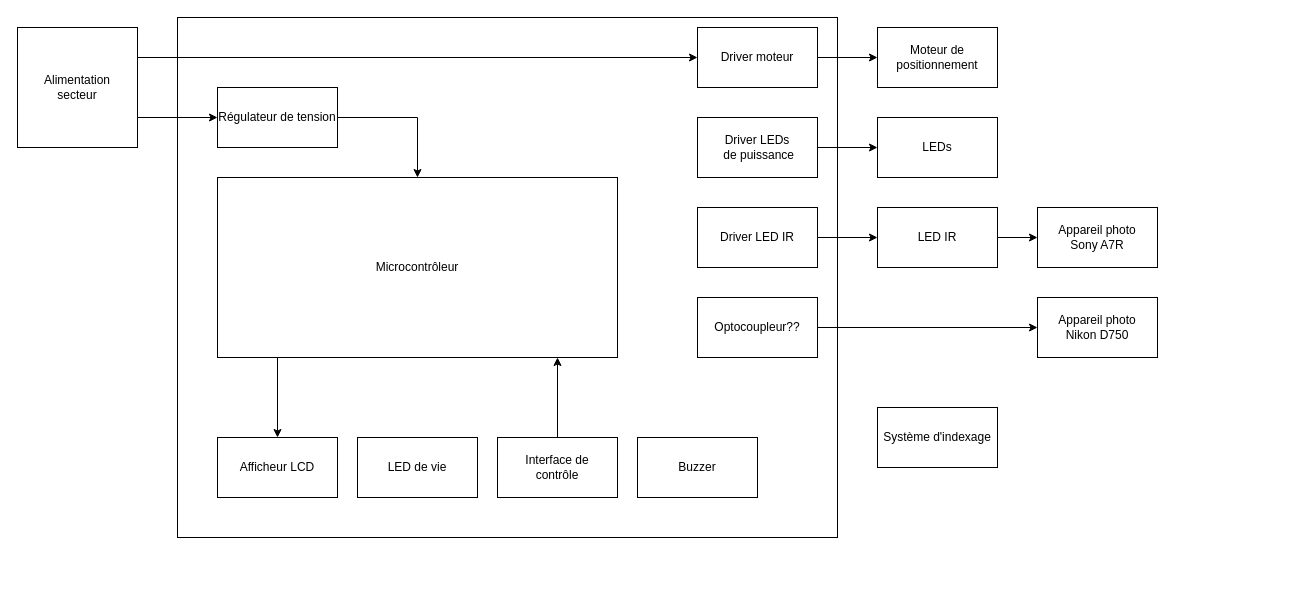
Above: doc/Diagrammes/SchemaBlocDetaille.drawio in Belprot/2309_AutomatisationPriseImageRTI (draw.io), before the change. Source tidied: cells renumbered, new cells numbered last; positions are measured from the earlier drawing's top-left corner, leaving out a move shared by most shapes. Both pictures are drawn from the tidied source at 100%, with x=0, y=0 at pixel (17, 17).
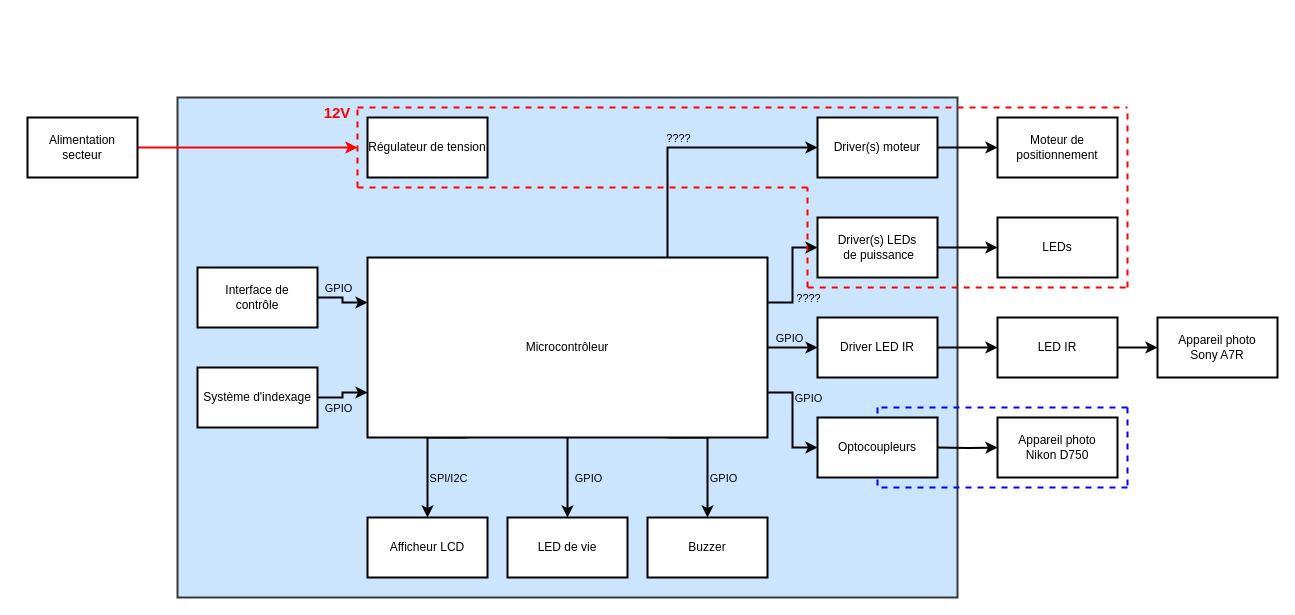
The same page after the edit.

What changed in the source:
```diff
@@
-    <mxCell id="2" style="rounded=0;whiteSpace=wrap;html=1;" parent="1" vertex="1">
-      <mxGeometry x="160" width="660" height="520" as="geometry" />
+    <mxCell id="2" style="rounded=0;whiteSpace=wrap;html=1;fillColor=#cce5ff;strokeColor=#36393d;strokeWidth=2;" parent="1" vertex="1">
+      <mxGeometry x="160" y="80" width="780" height="500" as="geometry" />
     </mxCell>
-    <mxCell id="3" style="edgeStyle=orthogonalEdgeStyle;rounded=0;jettySize=auto;html=1;entryX=0;entryY=0.5;entryDx=0;entryDy=0;" parent="1" edge="1" source="4" target="5">
+    <mxCell id="3" style="edgeStyle=orthogonalEdgeStyle;rounded=0;jettySize=auto;html=1;entryX=0;entryY=0.5;entryDx=0;entryDy=0;strokeWidth=2;" parent="1" edge="1" source="4" target="5">
       <mxGeometry relative="1" as="geometry" />
     </mxCell>
-    <mxCell id="4" value="&lt;div&gt;Driver LEDs&lt;/div&gt;&amp;nbsp;de puissance" style="rounded=0;whiteSpace=wrap;html=1;" parent="1" vertex="1">
-      <mxGeometry x="680" y="100" width="120" height="60" as="geometry" />
+    <mxCell id="4" value="&lt;div&gt;Driver(s) LEDs&lt;/div&gt;&amp;nbsp;de puissance" style="rounded=0;whiteSpace=wrap;html=1;strokeWidth=2;" parent="1" vertex="1">
+      <mxGeometry x="800" y="200" width="120" height="60" as="geometry" />
     </mxCell>
-    <mxCell id="5" value="LEDs" style="rounded=0;whiteSpace=wrap;html=1;" parent="1" vertex="1">
-      <mxGeometry x="860" y="100" width="120" height="60" as="geometry" />
+    <mxCell id="5" value="LEDs" style="rounded=0;whiteSpace=wrap;html=1;strokeWidth=2;" parent="1" vertex="1">
+      <mxGeometry x="980" y="200" width="120" height="60" as="geometry" />
     </mxCell>
-    <mxCell id="6" style="edgeStyle=orthogonalEdgeStyle;rounded=0;jettySize=auto;html=1;exitX=1;exitY=0.25;exitDx=0;exitDy=0;entryX=0;entryY=0.5;entryDx=0;entryDy=0;" parent="1" edge="1" source="8" target="10">
-      <mxGeometry relative="1" as="geometry" />
-    </mxCell>
-    <mxCell id="7" style="edgeStyle=orthogonalEdgeStyle;rounded=0;jettySize=auto;html=1;exitX=1;exitY=0.75;exitDx=0;exitDy=0;entryX=0;entryY=0.5;entryDx=0;entryDy=0;" parent="1" edge="1" source="8" target="16">
-      <mxGeometry relative="1" as="geometry" />
-    </mxCell>
-    <mxCell id="8" value="&lt;div&gt;Alimentation &lt;br&gt;&lt;/div&gt;&lt;div&gt;secteur&lt;/div&gt;" style="rounded=0;whiteSpace=wrap;html=1;" parent="1" vertex="1">
-      <mxGeometry y="10" width="120" height="120" as="geometry" />
-    </mxCell>
-    <mxCell id="9" style="edgeStyle=orthogonalEdgeStyle;rounded=0;jettySize=auto;html=1;exitX=1;exitY=0.5;exitDx=0;exitDy=0;entryX=0;entryY=0.5;entryDx=0;entryDy=0;" parent="1" edge="1" source="10" target="11">
+    <mxCell id="9" style="edgeStyle=orthogonalEdgeStyle;rounded=0;jettySize=auto;html=1;exitX=1;exitY=0.5;exitDx=0;exitDy=0;entryX=0;entryY=0.5;entryDx=0;entryDy=0;strokeWidth=2;" parent="1" edge="1" source="10" target="11">
       <mxGeometry relative="1" as="geometry" />
     </mxCell>
-    <mxCell id="10" value="Driver moteur" style="rounded=0;whiteSpace=wrap;html=1;" parent="1" vertex="1">
-      <mxGeometry x="680" y="10" width="120" height="60" as="geometry" />
+    <mxCell id="10" value="Driver(s) moteur" style="rounded=0;whiteSpace=wrap;html=1;strokeWidth=2;" parent="1" vertex="1">
+      <mxGeometry x="800" y="100" width="120" height="60" as="geometry" />
     </mxCell>
-    <mxCell id="11" value="Moteur de positionnement" style="rounded=0;whiteSpace=wrap;html=1;" parent="1" vertex="1">
-      <mxGeometry x="860" y="10" width="120" height="60" as="geometry" />
+    <mxCell id="11" value="Moteur de positionnement" style="rounded=0;whiteSpace=wrap;html=1;strokeWidth=2;" parent="1" vertex="1">
+      <mxGeometry x="980" y="100" width="120" height="60" as="geometry" />
     </mxCell>
-    <mxCell id="12" value="Afficheur LCD" style="rounded=0;whiteSpace=wrap;html=1;" parent="1" vertex="1">
-      <mxGeometry x="200" y="420" width="120" height="60" as="geometry" />
+    <mxCell id="12" value="Afficheur LCD" style="rounded=0;whiteSpace=wrap;html=1;strokeWidth=2;" parent="1" vertex="1">
+      <mxGeometry x="350" y="500" width="120" height="60" as="geometry" />
     </mxCell>
-    <mxCell id="13" style="edgeStyle=orthogonalEdgeStyle;rounded=0;jettySize=auto;html=1;" parent="1" edge="1" source="14">
-      <mxGeometry relative="1" as="geometry">
-        <mxPoint x="540" y="340" as="targetPoint" />
-        <Array as="points">
-          <mxPoint x="540" y="340" />
-        </Array>
-      </mxGeometry>
-    </mxCell>
+    <mxCell id="30" style="edgeStyle=orthogonalEdgeStyle;rounded=0;jettySize=auto;html=1;entryX=0;entryY=0.25;entryDx=0;entryDy=0;strokeWidth=2;" parent="1" edge="1" source="14" target="24">
+      <mxGeometry relative="1" as="geometry" />
+    </mxCell>
+    <mxCell id="31" value="&lt;div&gt;GPIO&lt;/div&gt;" style="edgeLabel;html=1;align=center;verticalAlign=middle;labelBackgroundColor=none;" parent="30" vertex="1">
+      <mxGeometry x="-0.57" relative="1" as="geometry">
+        <mxPoint x="8" y="-10" as="offset" />
+      </mxGeometry>
+    </mxCell>
-    <mxCell id="14" value="&lt;div&gt;Interface de &lt;br&gt;&lt;/div&gt;&lt;div&gt;contrôle&lt;/div&gt;" style="rounded=0;whiteSpace=wrap;html=1;" parent="1" vertex="1">
-      <mxGeometry x="480" y="420" width="120" height="60" as="geometry" />
+    <mxCell id="14" value="&lt;div&gt;Interface de &lt;br&gt;&lt;/div&gt;&lt;div&gt;contrôle&lt;/div&gt;" style="rounded=0;whiteSpace=wrap;html=1;strokeWidth=2;" parent="1" vertex="1">
+      <mxGeometry x="180" y="250" width="120" height="60" as="geometry" />
     </mxCell>
-    <mxCell id="15" style="edgeStyle=orthogonalEdgeStyle;rounded=0;jettySize=auto;html=1;exitX=1;exitY=0.5;exitDx=0;exitDy=0;" parent="1" edge="1" source="16" target="24">
-      <mxGeometry relative="1" as="geometry" />
-    </mxCell>
-    <mxCell id="16" value="Régulateur de tension" style="rounded=0;whiteSpace=wrap;html=1;" parent="1" vertex="1">
-      <mxGeometry x="200" y="70" width="120" height="60" as="geometry" />
+    <mxCell id="16" value="Régulateur de tension" style="rounded=0;whiteSpace=wrap;html=1;strokeWidth=2;" parent="1" vertex="1">
+      <mxGeometry x="350" y="100" width="120" height="60" as="geometry" />
     </mxCell>
-    <mxCell id="17" style="edgeStyle=orthogonalEdgeStyle;rounded=0;jettySize=auto;html=1;entryX=0;entryY=0.5;entryDx=0;entryDy=0;" parent="1" edge="1" source="18" target="22">
+    <mxCell id="17" style="edgeStyle=orthogonalEdgeStyle;rounded=0;jettySize=auto;html=1;entryX=0;entryY=0.5;entryDx=0;entryDy=0;strokeWidth=2;" parent="1" edge="1" source="18" target="22">
       <mxGeometry relative="1" as="geometry" />
     </mxCell>
-    <mxCell id="18" value="LED IR" style="rounded=0;whiteSpace=wrap;html=1;" parent="1" vertex="1">
-      <mxGeometry x="860" y="190" width="120" height="60" as="geometry" />
+    <mxCell id="18" value="LED IR" style="rounded=0;whiteSpace=wrap;html=1;strokeWidth=2;" parent="1" vertex="1">
+      <mxGeometry x="980" y="300" width="120" height="60" as="geometry" />
     </mxCell>
-    <mxCell id="19" style="edgeStyle=orthogonalEdgeStyle;rounded=0;jettySize=auto;html=1;exitX=1;exitY=0.5;exitDx=0;exitDy=0;entryX=0;entryY=0.5;entryDx=0;entryDy=0;" parent="1" edge="1" source="20" target="18">
+    <mxCell id="19" style="edgeStyle=orthogonalEdgeStyle;rounded=0;jettySize=auto;html=1;exitX=1;exitY=0.5;exitDx=0;exitDy=0;entryX=0;entryY=0.5;entryDx=0;entryDy=0;strokeWidth=2;" parent="1" edge="1" source="20" target="18">
       <mxGeometry relative="1" as="geometry" />
     </mxCell>
-    <mxCell id="20" value="&lt;div&gt;Driver LED IR&lt;br&gt;&lt;/div&gt;" style="rounded=0;whiteSpace=wrap;html=1;" parent="1" vertex="1">
-      <mxGeometry x="680" y="190" width="120" height="60" as="geometry" />
+    <mxCell id="20" value="&lt;div&gt;Driver LED IR&lt;br&gt;&lt;/div&gt;" style="rounded=0;whiteSpace=wrap;html=1;strokeWidth=2;" parent="1" vertex="1">
+      <mxGeometry x="800" y="300" width="120" height="60" as="geometry" />
     </mxCell>
-    <mxCell id="21" value="&lt;div&gt;Appareil photo&lt;br&gt;&lt;/div&gt;&lt;div&gt;Nikon D750&lt;br&gt;&lt;/div&gt;" style="rounded=0;whiteSpace=wrap;html=1;" parent="1" vertex="1">
-      <mxGeometry x="1020" y="280" width="120" height="60" as="geometry" />
+    <mxCell id="21" value="&lt;div&gt;Appareil photo&lt;br&gt;&lt;/div&gt;&lt;div&gt;Nikon D750&lt;br&gt;&lt;/div&gt;" style="rounded=0;whiteSpace=wrap;html=1;strokeWidth=2;" parent="1" vertex="1">
+      <mxGeometry x="980" y="400" width="120" height="60" as="geometry" />
     </mxCell>
-    <mxCell id="22" value="&lt;div&gt;Appareil photo&lt;br&gt;&lt;/div&gt;&lt;div&gt;Sony A7R&lt;br&gt;&lt;/div&gt;" style="rounded=0;whiteSpace=wrap;html=1;" parent="1" vertex="1">
-      <mxGeometry x="1020" y="190" width="120" height="60" as="geometry" />
+    <mxCell id="22" value="&lt;div&gt;Appareil photo&lt;br&gt;&lt;/div&gt;&lt;div&gt;Sony A7R&lt;br&gt;&lt;/div&gt;" style="rounded=0;whiteSpace=wrap;html=1;strokeWidth=2;" parent="1" vertex="1">
+      <mxGeometry x="1140" y="300" width="120" height="60" as="geometry" />
     </mxCell>
-    <mxCell id="23" style="edgeStyle=orthogonalEdgeStyle;rounded=0;jettySize=auto;html=1;exitX=0.25;exitY=1;exitDx=0;exitDy=0;entryX=0.5;entryY=0;entryDx=0;entryDy=0;" parent="1" edge="1" source="24" target="12">
+    <mxCell id="23" style="edgeStyle=orthogonalEdgeStyle;rounded=0;jettySize=auto;html=1;exitX=0.25;exitY=1;exitDx=0;exitDy=0;entryX=0.5;entryY=0;entryDx=0;entryDy=0;strokeWidth=2;" parent="1" edge="1" source="24" target="12">
       <mxGeometry relative="1" as="geometry">
         <Array as="points">
-          <mxPoint x="260" y="340" />
+          <mxPoint x="410" y="420" />
         </Array>
       </mxGeometry>
     </mxCell>
+    <mxCell id="32" value="SPI/I2C" style="edgeLabel;html=1;align=center;verticalAlign=middle;labelBackgroundColor=none;" parent="23" vertex="1">
+      <mxGeometry x="0.26" y="2" relative="1" as="geometry">
+        <mxPoint x="18" y="4" as="offset" />
+      </mxGeometry>
+    </mxCell>
+    <mxCell id="33" style="edgeStyle=orthogonalEdgeStyle;rounded=0;jettySize=auto;html=1;exitX=0.5;exitY=1;exitDx=0;exitDy=0;entryX=0.5;entryY=0;entryDx=0;entryDy=0;strokeWidth=2;" parent="1" edge="1" source="24" target="29">
+      <mxGeometry relative="1" as="geometry" />
+    </mxCell>
+    <mxCell id="34" value="GPIO" style="edgeLabel;html=1;align=center;verticalAlign=middle;labelBackgroundColor=none;" parent="33" vertex="1">
+      <mxGeometry x="-0.1" y="-1" relative="1" as="geometry">
+        <mxPoint x="21" y="4" as="offset" />
+      </mxGeometry>
+    </mxCell>
+    <mxCell id="35" style="edgeStyle=orthogonalEdgeStyle;rounded=0;jettySize=auto;html=1;exitX=0.75;exitY=1;exitDx=0;exitDy=0;entryX=0.5;entryY=0;entryDx=0;entryDy=0;strokeWidth=2;" parent="1" edge="1" source="24" target="28">
+      <mxGeometry relative="1" as="geometry">
+        <Array as="points">
+          <mxPoint x="690" y="420" />
+        </Array>
+      </mxGeometry>
+    </mxCell>
+    <mxCell id="36" value="GPIO" style="edgeLabel;html=1;align=center;verticalAlign=middle;labelBackgroundColor=none;" parent="35" vertex="1">
+      <mxGeometry x="0.35" y="-1" relative="1" as="geometry">
+        <mxPoint x="16" y="-1" as="offset" />
+      </mxGeometry>
+    </mxCell>
+    <mxCell id="37" style="edgeStyle=orthogonalEdgeStyle;rounded=0;jettySize=auto;html=1;exitX=1;exitY=0.5;exitDx=0;exitDy=0;entryX=0;entryY=0.5;entryDx=0;entryDy=0;strokeWidth=2;" parent="1" edge="1" source="24" target="20">
+      <mxGeometry relative="1" as="geometry" />
+    </mxCell>
+    <mxCell id="38" value="GPIO" style="edgeLabel;html=1;align=center;verticalAlign=middle;labelBackgroundColor=none;" parent="37" vertex="1">
+      <mxGeometry x="-0.17" y="-2" relative="1" as="geometry">
+        <mxPoint y="-12" as="offset" />
+      </mxGeometry>
+    </mxCell>
+    <mxCell id="39" style="edgeStyle=orthogonalEdgeStyle;rounded=0;jettySize=auto;html=1;exitX=1;exitY=0.25;exitDx=0;exitDy=0;strokeWidth=2;" parent="1" edge="1" source="24" target="4">
+      <mxGeometry relative="1" as="geometry" />
+    </mxCell>
+    <mxCell id="40" value="????" style="edgeLabel;html=1;align=center;verticalAlign=middle;labelBackgroundColor=none;" parent="39" vertex="1">
+      <mxGeometry x="-0.61" y="-2" relative="1" as="geometry">
+        <mxPoint x="20" y="-7" as="offset" />
+      </mxGeometry>
+    </mxCell>
+    <mxCell id="41" style="edgeStyle=orthogonalEdgeStyle;rounded=0;jettySize=auto;html=1;exitX=0.75;exitY=0;exitDx=0;exitDy=0;entryX=0;entryY=0.5;entryDx=0;entryDy=0;strokeWidth=2;" parent="1" edge="1" source="24" target="10">
+      <mxGeometry relative="1" as="geometry" />
+    </mxCell>
+    <mxCell id="42" value="????" style="edgeLabel;html=1;align=center;verticalAlign=middle;labelBackgroundColor=none;" parent="41" vertex="1">
+      <mxGeometry x="0.64" y="-2" relative="1" as="geometry">
+        <mxPoint x="-93" y="-12" as="offset" />
+      </mxGeometry>
+    </mxCell>
+    <mxCell id="43" style="edgeStyle=orthogonalEdgeStyle;rounded=0;jettySize=auto;html=1;exitX=1;exitY=0.75;exitDx=0;exitDy=0;entryX=0;entryY=0.5;entryDx=0;entryDy=0;strokeWidth=2;" parent="1" edge="1" source="24" target="58">
+      <mxGeometry relative="1" as="geometry" />
+    </mxCell>
+    <mxCell id="44" value="GPIO" style="edgeLabel;html=1;align=center;verticalAlign=middle;labelBackgroundColor=none;" parent="43" vertex="1">
+      <mxGeometry x="-0.72" y="-2" relative="1" as="geometry">
+        <mxPoint x="25" y="3" as="offset" />
+      </mxGeometry>
+    </mxCell>
-    <mxCell id="24" value="Microcontrôleur" style="rounded=0;whiteSpace=wrap;html=1;" parent="1" vertex="1">
-      <mxGeometry x="200" y="160" width="400" height="180" as="geometry" />
+    <mxCell id="24" value="Microcontrôleur" style="rounded=0;whiteSpace=wrap;html=1;strokeWidth=2;" parent="1" vertex="1">
+      <mxGeometry x="350" y="240" width="400" height="180" as="geometry" />
     </mxCell>
-    <mxCell id="25" style="edgeStyle=orthogonalEdgeStyle;rounded=0;jettySize=auto;html=1;entryX=0;entryY=0.5;entryDx=0;entryDy=0;" parent="1" edge="1" source="26" target="21">
-      <mxGeometry relative="1" as="geometry" />
+    <mxCell id="25" style="edgeStyle=orthogonalEdgeStyle;rounded=0;jettySize=auto;html=1;entryX=0;entryY=0.5;entryDx=0;entryDy=0;strokeWidth=2;" parent="1" edge="1" target="21">
+      <mxGeometry relative="1" as="geometry">
+        <mxPoint x="920" y="430" as="sourcePoint" />
+      </mxGeometry>
     </mxCell>
-    <mxCell id="26" value="Optocoupleur??" style="rounded=0;whiteSpace=wrap;html=1;" parent="1" vertex="1">
-      <mxGeometry x="680" y="280" width="120" height="60" as="geometry" />
-    </mxCell>
+    <mxCell id="45" style="edgeStyle=orthogonalEdgeStyle;rounded=0;jettySize=auto;html=1;entryX=0;entryY=0.75;entryDx=0;entryDy=0;strokeWidth=2;" parent="1" edge="1" source="27" target="24">
+      <mxGeometry relative="1" as="geometry" />
+    </mxCell>
+    <mxCell id="46" value="GPIO" style="edgeLabel;html=1;align=center;verticalAlign=middle;labelBackgroundColor=none;" parent="45" vertex="1">
+      <mxGeometry x="-0.38" y="-1" relative="1" as="geometry">
+        <mxPoint x="3" y="9" as="offset" />
+      </mxGeometry>
+    </mxCell>
-    <mxCell id="27" value="Système d'indexage" style="rounded=0;whiteSpace=wrap;html=1;" parent="1" vertex="1">
-      <mxGeometry x="860" y="390" width="120" height="60" as="geometry" />
+    <mxCell id="27" value="Système d'indexage" style="rounded=0;whiteSpace=wrap;html=1;strokeWidth=2;" parent="1" vertex="1">
+      <mxGeometry x="180" y="350" width="120" height="60" as="geometry" />
     </mxCell>
-    <mxCell id="28" value="Buzzer" style="rounded=0;whiteSpace=wrap;html=1;" parent="1" vertex="1">
-      <mxGeometry x="620" y="420" width="120" height="60" as="geometry" />
+    <mxCell id="28" value="Buzzer" style="rounded=0;whiteSpace=wrap;html=1;strokeWidth=2;" parent="1" vertex="1">
+      <mxGeometry x="630" y="500" width="120" height="60" as="geometry" />
     </mxCell>
-    <mxCell id="29" value="LED de vie" style="rounded=0;whiteSpace=wrap;html=1;" parent="1" vertex="1">
-      <mxGeometry x="340" y="420" width="120" height="60" as="geometry" />
+    <mxCell id="29" value="LED de vie" style="rounded=0;whiteSpace=wrap;html=1;strokeWidth=2;" parent="1" vertex="1">
+      <mxGeometry x="490" y="500" width="120" height="60" as="geometry" />
     </mxCell>
+    <mxCell id="47" style="endArrow=none;html=1;rounded=0;dashed=1;strokeWidth=2;strokeColor=#FF0000;" parent="1" edge="1">
+      <mxGeometry relative="1" as="geometry">
+        <mxPoint x="340" y="90" as="sourcePoint" />
+        <mxPoint x="1110" y="90" as="targetPoint" />
+      </mxGeometry>
+    </mxCell>
+    <mxCell id="48" style="endArrow=none;html=1;rounded=0;dashed=1;strokeWidth=2;strokeColor=#FF0000;entryX=0.808;entryY=0.18;entryDx=0;entryDy=0;entryPerimeter=0;" parent="1" edge="1" target="2">
+      <mxGeometry relative="1" as="geometry">
+        <mxPoint x="340" y="170" as="sourcePoint" />
+      </mxGeometry>
+    </mxCell>
+    <mxCell id="49" style="endArrow=none;html=1;rounded=0;dashed=1;strokeWidth=2;strokeColor=#FF0000;" parent="1" edge="1">
+      <mxGeometry relative="1" as="geometry">
+        <mxPoint x="1110" y="270" as="sourcePoint" />
+        <mxPoint x="1110" y="90" as="targetPoint" />
+      </mxGeometry>
+    </mxCell>
+    <mxCell id="50" style="endArrow=none;html=1;rounded=0;dashed=1;strokeWidth=2;strokeColor=#FF0000;exitX=0.808;exitY=0.38;exitDx=0;exitDy=0;exitPerimeter=0;" parent="1" edge="1" source="2">
+      <mxGeometry relative="1" as="geometry">
+        <mxPoint x="1110" y="270" as="targetPoint" />
+      </mxGeometry>
+    </mxCell>
+    <mxCell id="51" style="endArrow=none;html=1;rounded=0;dashed=1;strokeWidth=2;strokeColor=#FF0000;" parent="1" edge="1">
+      <mxGeometry relative="1" as="geometry">
+        <mxPoint x="790" y="270" as="sourcePoint" />
+        <mxPoint x="790" y="170" as="targetPoint" />
+      </mxGeometry>
+    </mxCell>
+    <mxCell id="52" style="endArrow=none;html=1;rounded=0;dashed=1;strokeWidth=2;strokeColor=#FF0000;" parent="1" edge="1">
+      <mxGeometry relative="1" as="geometry">
+        <mxPoint x="340" y="170" as="sourcePoint" />
+        <mxPoint x="340" y="90" as="targetPoint" />
+      </mxGeometry>
+    </mxCell>
+    <mxCell id="53" style="edgeStyle=orthogonalEdgeStyle;rounded=0;jettySize=auto;html=1;strokeColor=#FF0000;strokeWidth=2;" parent="1" edge="1" source="8">
+      <mxGeometry relative="1" as="geometry">
+        <mxPoint x="340" y="130" as="targetPoint" />
+      </mxGeometry>
+    </mxCell>
+    <mxCell id="8" value="Alimentation secteur" style="rounded=0;whiteSpace=wrap;html=1;strokeWidth=2;" parent="1" vertex="1">
+      <mxGeometry x="10" y="100" width="110" height="60" as="geometry" />
+    </mxCell>
+    <mxCell id="54" style="endArrow=none;html=1;rounded=0;dashed=1;strokeColor=#0000ff;strokeWidth=2;" parent="1" edge="1">
+      <mxGeometry relative="1" as="geometry">
+        <mxPoint x="1110" y="390" as="sourcePoint" />
+        <mxPoint x="1110" y="470" as="targetPoint" />
+      </mxGeometry>
+    </mxCell>
+    <mxCell id="55" style="endArrow=none;html=1;rounded=0;dashed=1;strokeColor=#0000ff;strokeWidth=2;" parent="1" edge="1">
+      <mxGeometry relative="1" as="geometry">
+        <mxPoint x="860" y="390" as="sourcePoint" />
+        <mxPoint x="860" y="470" as="targetPoint" />
+      </mxGeometry>
+    </mxCell>
+    <mxCell id="56" style="endArrow=none;html=1;rounded=0;dashed=1;strokeColor=#0000ff;strokeWidth=2;" parent="1" edge="1">
+      <mxGeometry relative="1" as="geometry">
+        <mxPoint x="1110" y="390" as="sourcePoint" />
+        <mxPoint x="860" y="390" as="targetPoint" />
+      </mxGeometry>
+    </mxCell>
+    <mxCell id="57" style="endArrow=none;html=1;rounded=0;dashed=1;strokeColor=#0000ff;strokeWidth=2;" parent="1" edge="1">
+      <mxGeometry relative="1" as="geometry">
+        <mxPoint x="1110" y="470" as="sourcePoint" />
+        <mxPoint x="860" y="470" as="targetPoint" />
+      </mxGeometry>
+    </mxCell>
+    <mxCell id="58" value="Optocoupleurs" style="rounded=0;whiteSpace=wrap;html=1;strokeWidth=2;" parent="1" vertex="1">
+      <mxGeometry x="800" y="400" width="120" height="60" as="geometry" />
+    </mxCell>
+    <mxCell id="59" value="12V" style="text;html=1;strokeColor=none;fillColor=none;align=center;verticalAlign=middle;whiteSpace=wrap;rounded=0;fontColor=#FF0000;fontStyle=1;fontSize=15;" parent="1" vertex="1">
+      <mxGeometry x="290" y="80" width="60" height="30" as="geometry" />
+    </mxCell>
```
